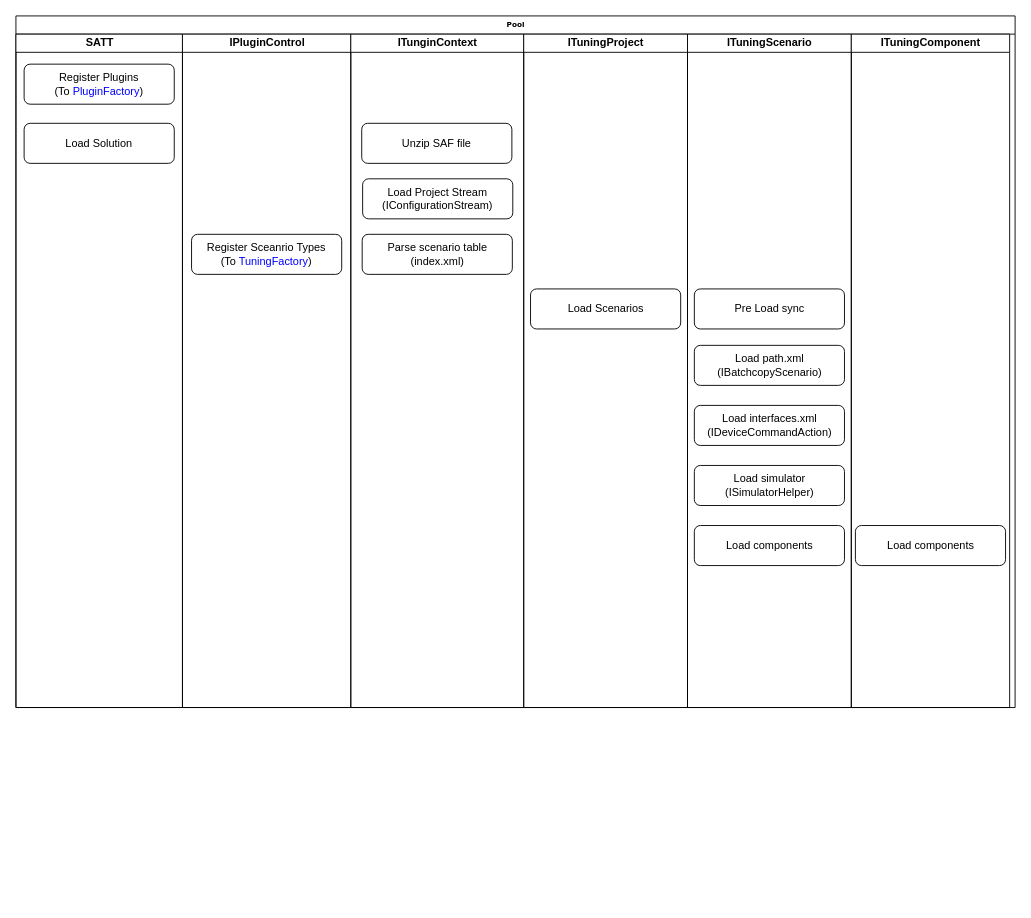
Above: flow.drawio in amw18/ap08 (draw.io), before the change. Source tidied: cells renumbered, new cells numbered last; positions are measured from the earlier drawing's top-left corner, leaving out a move shared by most shapes. Both pictures are drawn from the tidied source at 91%, with x=0, y=0 at pixel (15, 15).
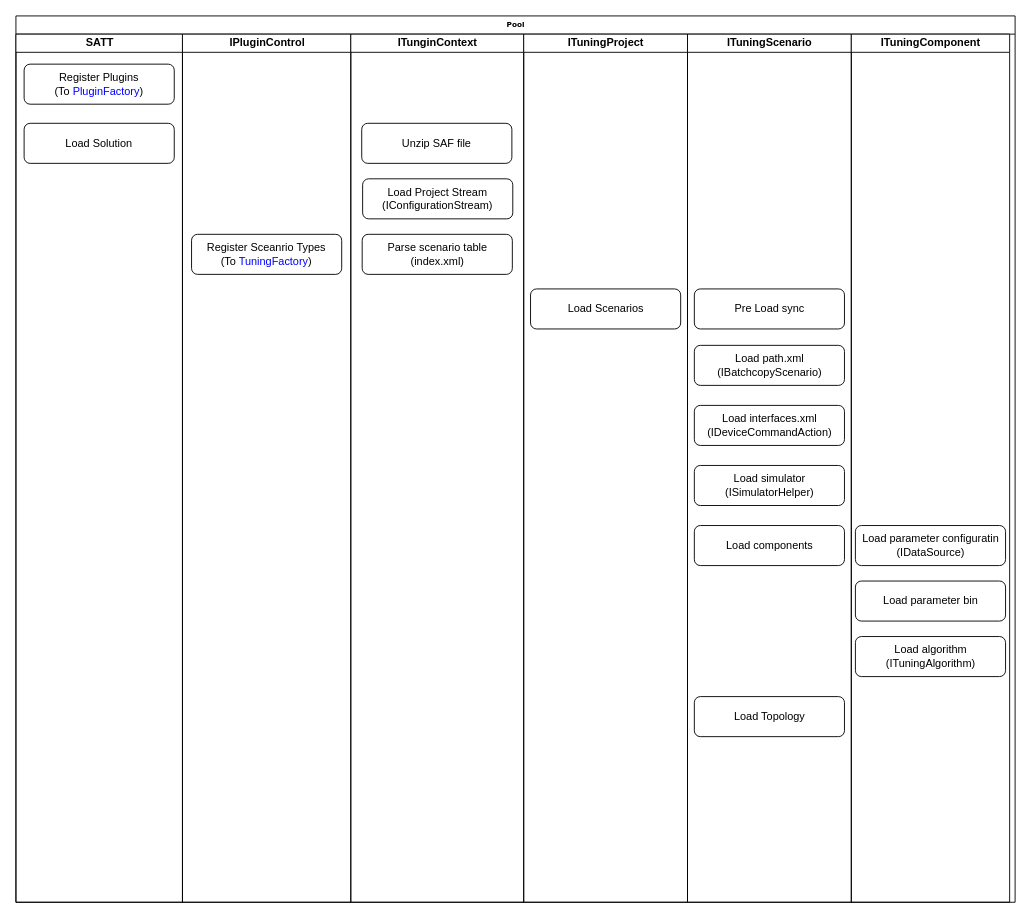
Above is the later version.

Diff of the diagram source:
```diff
@@
     <mxCell id="2" value="Pool" style="swimlane;html=1;startSize=20;rounded=0;shadow=0;labelBackgroundColor=none;strokeWidth=1;fontFamily=Verdana;fontSize=8;align=center;" parent="1" vertex="1">
-      <mxGeometry width="1098" height="760" as="geometry" />
+      <mxGeometry width="1098" height="974" as="geometry" />
     </mxCell>
     <mxCell id="3" value="SATT" style="swimlane;html=1;startSize=20;" parent="2" vertex="1">
-      <mxGeometry y="20" width="183" height="740" as="geometry" />
+      <mxGeometry y="20" width="183" height="954" as="geometry" />
     </mxCell>
@@
     <mxCell id="6" value="IPluginControl" style="swimlane;html=1;startSize=20;" parent="2" vertex="1">
-      <mxGeometry x="183" y="20" width="185" height="740" as="geometry" />
+      <mxGeometry x="183" y="20" width="185" height="954" as="geometry" />
     </mxCell>
@@
     <mxCell id="8" value="ITunginContext" style="swimlane;html=1;startSize=20;" parent="2" vertex="1">
-      <mxGeometry x="368" y="20" width="190" height="740" as="geometry" />
+      <mxGeometry x="368" y="20" width="190" height="954" as="geometry" />
     </mxCell>
@@
     <mxCell id="12" value="ITuningProject" style="swimlane;html=1;startSize=20;" parent="2" vertex="1">
-      <mxGeometry x="558" y="20" width="180" height="740" as="geometry" />
+      <mxGeometry x="558" y="20" width="180" height="954" as="geometry" />
     </mxCell>
@@
     <mxCell id="14" value="ITuningScenario" style="swimlane;html=1;startSize=20;" parent="2" vertex="1">
-      <mxGeometry x="738" y="20" width="180" height="740" as="geometry" />
+      <mxGeometry x="738" y="20" width="180" height="954" as="geometry" />
     </mxCell>
@@
+    <mxCell id="22" value="Load Topology" style="rounded=1;whiteSpace=wrap;html=1;" parent="14" vertex="1">
+      <mxGeometry x="7.5" y="728" width="165" height="44" as="geometry" />
+    </mxCell>
     <mxCell id="20" value="ITuningComponent" style="swimlane;html=1;startSize=20;" parent="2" vertex="1">
-      <mxGeometry x="918" y="20" width="174" height="740" as="geometry" />
+      <mxGeometry x="918" y="20" width="174" height="954" as="geometry" />
     </mxCell>
-    <mxCell id="21" value="Load components" style="rounded=1;whiteSpace=wrap;html=1;" parent="20" vertex="1">
+    <mxCell id="21" value="Load parameter configuratin&lt;br&gt;(IDataSource)" style="rounded=1;whiteSpace=wrap;html=1;" parent="20" vertex="1">
       <mxGeometry x="4.5" y="540" width="165" height="44" as="geometry" />
     </mxCell>
+    <mxCell id="23" value="Load parameter bin" style="rounded=1;whiteSpace=wrap;html=1;" parent="20" vertex="1">
+      <mxGeometry x="4.5" y="601" width="165" height="44" as="geometry" />
+    </mxCell>
+    <mxCell id="24" value="Load algorithm&lt;br&gt;(ITuningAlgorithm)" style="rounded=1;whiteSpace=wrap;html=1;" parent="20" vertex="1">
+      <mxGeometry x="4.5" y="662" width="165" height="44" as="geometry" />
+    </mxCell>
```
